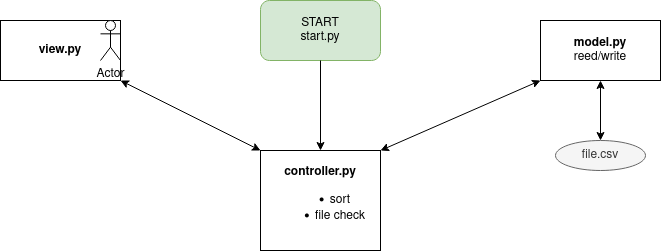
This is bs.png from alex163li/sem8_DZ_py_Database_school, a draw.io export, as it was before one commit. Source tidied: cells renumbered, new cells last; positions are measured from the earlier drawing's top-left corner, leaving out a move shared by most shapes.
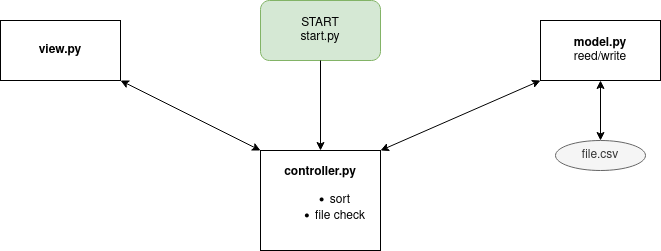
After the change.

The edit, as a diff of the source:
```diff
@@ -29,8 +29,5 @@
     <mxCell id="10" style="endArrow=classic;startArrow=classic;html=1;rounded=0;exitX=0.5;exitY=0;exitDx=0;exitDy=0;entryX=0.5;entryY=1;entryDx=0;entryDy=0;" parent="1" edge="1" source="8" target="6">
       <mxGeometry relative="1" as="geometry" />
     </mxCell>
-    <mxCell id="11" value="Actor" style="shape=umlActor;verticalLabelPosition=bottom;verticalAlign=top;html=1;" parent="1" vertex="1">
-      <mxGeometry x="100" y="20" width="20" height="40" as="geometry" />
-    </mxCell>
   </root>
 </mxGraphModel>
```
